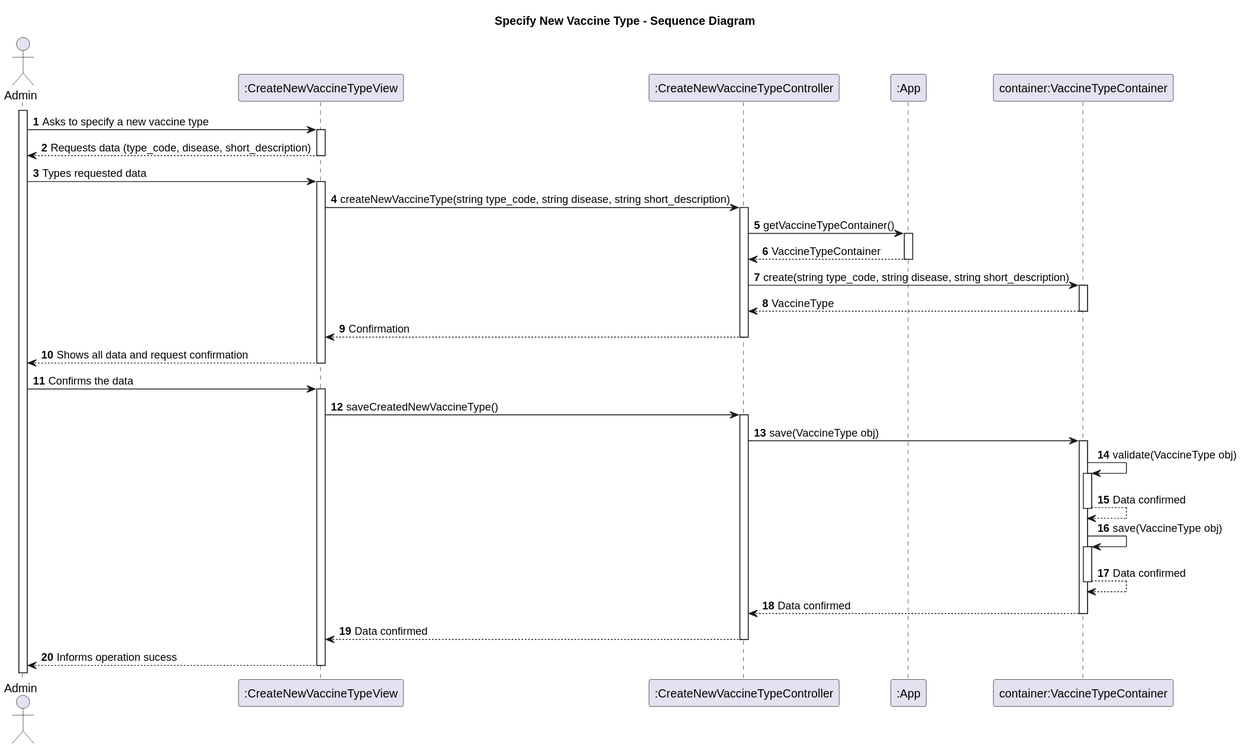
Earlier version of the PlantUML export docs/Sprint2/US10/svg/US10-SD.svg (Parafita123/leti-esoft-25-26-B1).
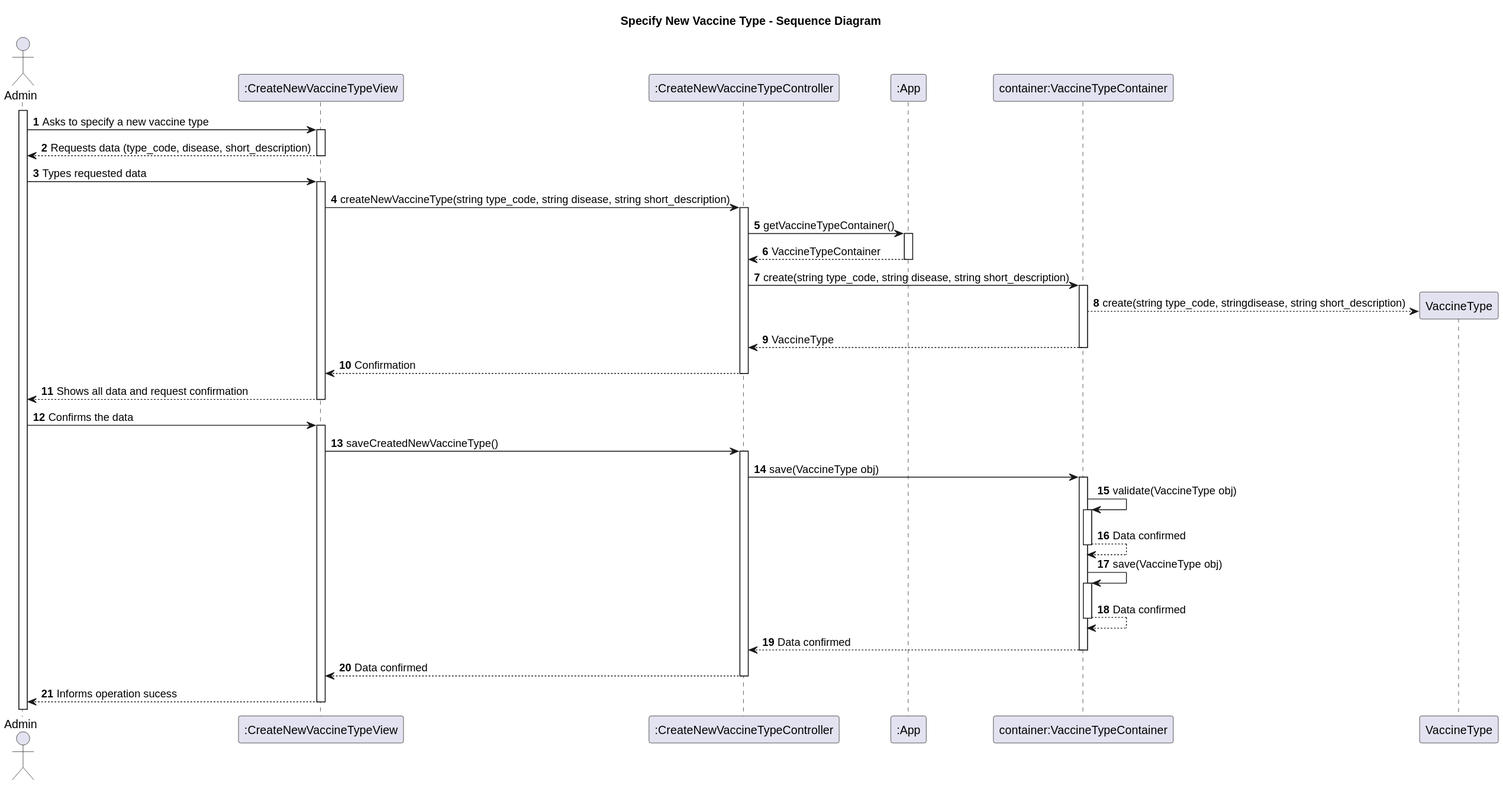
The same file after the commit.

Change to the diagram source:
```diff
@@ -9,6 +9,7 @@
 participant ":CreateNewVaccineTypeController" as ctrl
 participant ":App" as app
 participant "container:VaccineTypeContainer" as container
+participant "VaccineType" as VaccineType
 
 activate admin
 
@@ -20,6 +21,7 @@
 ctrl -> app: getVaccineTypeContainer()
 app --> ctrl: VaccineTypeContainer
 ctrl -> container: create(string type_code, string disease, string short_description)
+container --> VaccineType**: create(string type_code, stringdisease, string short_description)
 container --> ctrl: VaccineType
 ctrl --> view: Confirmation
 view --> admin: Shows all data and request confirmation
```
